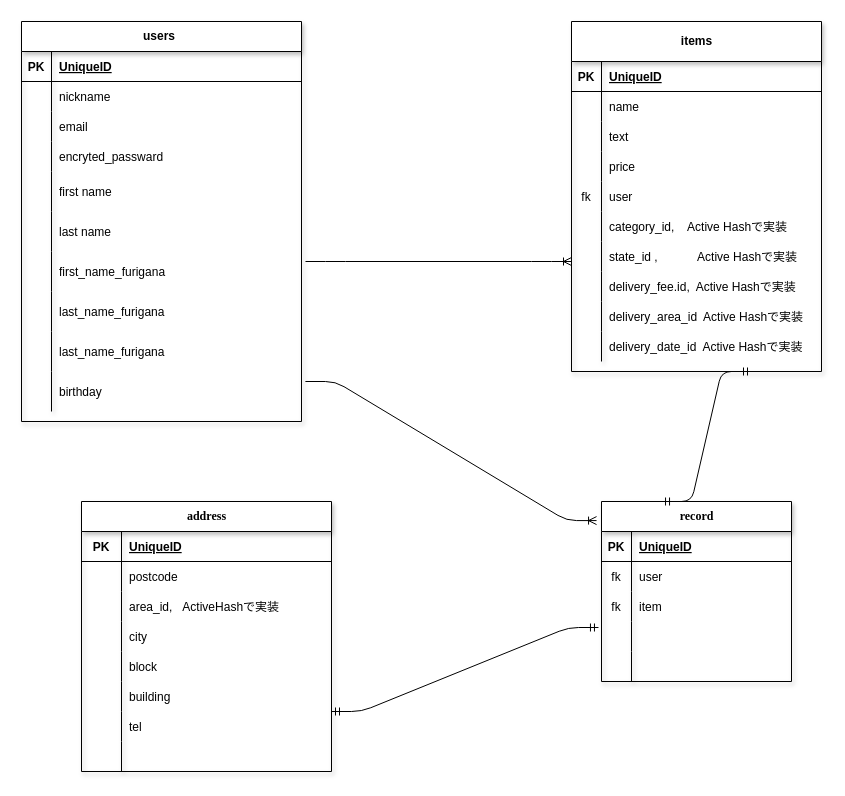
The draw.io diagram test.dio in yapasupa/furima-33079, before the edit. Source tidied: cells renumbered, new cells numbered last; positions are measured from the earlier drawing's top-left corner, leaving out a move shared by most shapes. Both pictures are drawn from the tidied source at 100%, with x=0, y=0 at pixel (21, 21).
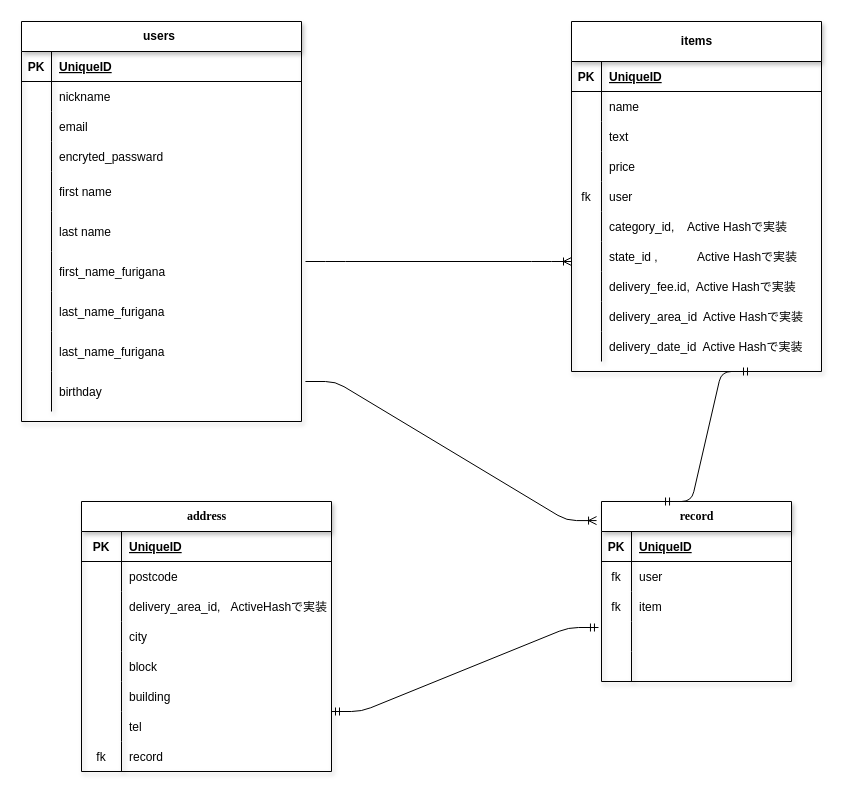
After the change.

The change refers to these unchanged cells:
```xml
<mxCell id="71" style="shape=partialRectangle;fillColor=none;top=0;left=0;bottom=0;right=0;" parent="64" vertex="1">
  <mxGeometry y="90" width="250" height="30" as="geometry" />
</mxCell>
<mxCell id="86" style="shape=partialRectangle;fillColor=none;top=0;left=0;bottom=0;right=0;" parent="64" vertex="1">
  <mxGeometry y="240" width="250" height="30" as="geometry" />
</mxCell>
```

What changed in the source:
```diff
@@
-    <mxCell id="73" value="area_id,   ActiveHashで実装" style="shape=partialRectangle;fillColor=none;top=0;left=0;bottom=0;right=0;align=left;spacingLeft=6;overflow=hidden;" parent="71" vertex="1">
+    <mxCell id="73" value="delivery_area_id,   ActiveHashで実装" style="shape=partialRectangle;fillColor=none;top=0;left=0;bottom=0;right=0;align=left;spacingLeft=6;overflow=hidden;" parent="71" vertex="1">
       <mxGeometry x="40" width="210" height="30" as="geometry" />
     </mxCell>
@@
-    <mxCell id="87" style="shape=partialRectangle;fillColor=none;top=0;left=0;bottom=0;right=0;overflow=hidden;" parent="86" vertex="1">
+    <mxCell id="87" value="fk" style="shape=partialRectangle;fillColor=none;top=0;left=0;bottom=0;right=0;overflow=hidden;" parent="86" vertex="1">
       <mxGeometry width="40" height="30" as="geometry" />
     </mxCell>
-    <mxCell id="88" style="shape=partialRectangle;fillColor=none;top=0;left=0;bottom=0;right=0;align=left;spacingLeft=6;overflow=hidden;" parent="86" vertex="1">
+    <mxCell id="88" value="record" style="shape=partialRectangle;fillColor=none;top=0;left=0;bottom=0;right=0;align=left;spacingLeft=6;overflow=hidden;" parent="86" vertex="1">
       <mxGeometry x="40" width="210" height="30" as="geometry" />
     </mxCell>
```
